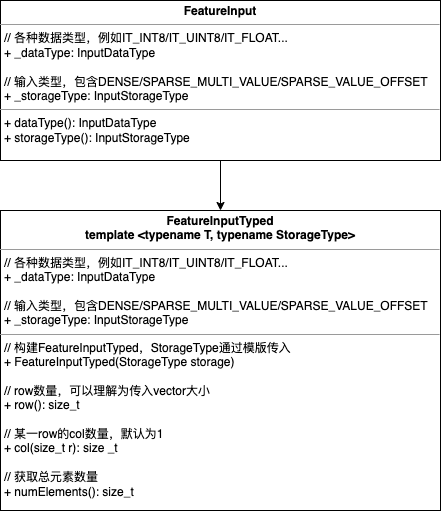
Above: 输入封装.drawio.png in Dwyane-Xu/drao.io (draw.io), before the change. Source tidied: cells renumbered, new cells last; positions are measured from the earlier drawing's top-left corner, leaving out a move shared by most shapes. Source of this version:
```xml
<mxGraphModel>
  <root>
    <mxCell id="0" />
    <mxCell id="1" parent="0" />
    <mxCell id="2" style="edgeStyle=orthogonalEdgeStyle;rounded=0;jettySize=auto;html=1;entryX=0.5;entryY=0;entryDx=0;entryDy=0;" parent="1" edge="1" source="3" target="4">
      <mxGeometry relative="1" as="geometry" />
    </mxCell>
    <mxCell id="3" value="&lt;p style=&quot;margin:0px;margin-top:4px;text-align:center;&quot;&gt;&lt;b&gt;FeatureInput&lt;/b&gt;&lt;/p&gt;&lt;hr size=&quot;1&quot;&gt;&lt;p style=&quot;margin:0px;margin-left:4px;&quot;&gt;&lt;span style=&quot;background-color: initial;&quot;&gt;// 各种数据类型，例如IT_INT8/IT_UINT8/IT_FLOAT...&lt;/span&gt;&lt;/p&gt;&lt;p style=&quot;margin:0px;margin-left:4px;&quot;&gt;&lt;span style=&quot;background-color: initial;&quot;&gt;+ _dataType: InputDataType&lt;/span&gt;&lt;br&gt;&lt;/p&gt;&lt;p style=&quot;margin:0px;margin-left:4px;&quot;&gt;&lt;span style=&quot;background-color: initial;&quot;&gt;&lt;br&gt;&lt;/span&gt;&lt;/p&gt;&lt;p style=&quot;margin:0px;margin-left:4px;&quot;&gt;&lt;span style=&quot;background-color: initial;&quot;&gt;// 输入类型，包含DENSE/SPARSE_MULTI_VALUE/SPARSE_VALUE_OFFSET&lt;/span&gt;&lt;/p&gt;&lt;p style=&quot;margin:0px;margin-left:4px;&quot;&gt;+ _storageType: InputStorageType&lt;/p&gt;&lt;hr size=&quot;1&quot;&gt;&lt;p style=&quot;margin:0px;margin-left:4px;&quot;&gt;+ dataType(): InputDataType&lt;/p&gt;&lt;p style=&quot;margin:0px;margin-left:4px;&quot;&gt;+ storageType(): InputStorageType&lt;/p&gt;" style="verticalAlign=top;align=left;overflow=fill;fontSize=12;fontFamily=Helvetica;html=1;" parent="1" vertex="1">
      <mxGeometry width="440" height="160" as="geometry" />
    </mxCell>
    <mxCell id="4" value="&lt;p style=&quot;margin:0px;margin-top:4px;text-align:center;&quot;&gt;&lt;b&gt;FeatureInputTyped&lt;/b&gt;&lt;/p&gt;&lt;div style=&quot;text-align: center;&quot;&gt;&lt;span style=&quot;background-color: initial;&quot;&gt;&lt;b&gt;template &amp;lt;typename T, typename StorageType&amp;gt;&lt;/b&gt;&lt;/span&gt;&lt;/div&gt;&lt;hr size=&quot;1&quot;&gt;&lt;p style=&quot;margin:0px;margin-left:4px;&quot;&gt;&lt;span style=&quot;background-color: initial;&quot;&gt;// 各种数据类型，例如IT_INT8/IT_UINT8/IT_FLOAT...&lt;/span&gt;&lt;/p&gt;&lt;p style=&quot;margin:0px;margin-left:4px;&quot;&gt;&lt;span style=&quot;background-color: initial;&quot;&gt;+ _dataType: InputDataType&lt;/span&gt;&lt;br&gt;&lt;/p&gt;&lt;p style=&quot;margin:0px;margin-left:4px;&quot;&gt;&lt;span style=&quot;background-color: initial;&quot;&gt;&lt;br&gt;&lt;/span&gt;&lt;/p&gt;&lt;p style=&quot;margin:0px;margin-left:4px;&quot;&gt;&lt;span style=&quot;background-color: initial;&quot;&gt;// 输入类型，包含DENSE/SPARSE_MULTI_VALUE/SPARSE_VALUE_OFFSET&lt;/span&gt;&lt;/p&gt;&lt;p style=&quot;margin:0px;margin-left:4px;&quot;&gt;+ _storageType: InputStorageType&lt;/p&gt;&lt;hr size=&quot;1&quot;&gt;&lt;p style=&quot;margin:0px;margin-left:4px;&quot;&gt;// 构建FeatureInputTyped，StorageType通过模版传入&lt;/p&gt;&lt;p style=&quot;margin:0px;margin-left:4px;&quot;&gt;+ FeatureInputTyped(StorageType storage)&lt;/p&gt;&lt;p style=&quot;margin:0px;margin-left:4px;&quot;&gt;&lt;br&gt;&lt;/p&gt;&lt;p style=&quot;margin:0px;margin-left:4px;&quot;&gt;// row数量，可以理解为传入vector大小&lt;/p&gt;&lt;p style=&quot;margin:0px;margin-left:4px;&quot;&gt;+ row(): size_t&lt;/p&gt;&lt;p style=&quot;margin:0px;margin-left:4px;&quot;&gt;&lt;br&gt;&lt;/p&gt;&lt;p style=&quot;margin:0px;margin-left:4px;&quot;&gt;// 某一row的col数量，默认为1&lt;/p&gt;&lt;p style=&quot;margin:0px;margin-left:4px;&quot;&gt;+ col(size_t r): size _t&lt;/p&gt;&lt;p style=&quot;margin:0px;margin-left:4px;&quot;&gt;&lt;br&gt;&lt;/p&gt;&lt;p style=&quot;margin:0px;margin-left:4px;&quot;&gt;// 获取总元素数量&lt;/p&gt;&lt;p style=&quot;margin:0px;margin-left:4px;&quot;&gt;+ numElements(): size_t&lt;/p&gt;" style="verticalAlign=top;align=left;overflow=fill;fontSize=12;fontFamily=Helvetica;html=1;" parent="1" vertex="1">
      <mxGeometry y="210" width="440" height="300" as="geometry" />
    </mxCell>
  </root>
</mxGraphModel>
```
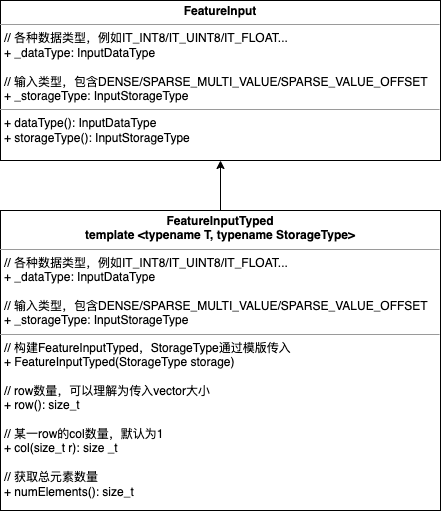
Later version of the same file.

Commit message:
更新输入封装.drawio.png

Diff of the diagram source:
```diff
@@ -2,12 +2,12 @@
   <root>
     <mxCell id="0" />
     <mxCell id="1" parent="0" />
-    <mxCell id="2" style="edgeStyle=orthogonalEdgeStyle;rounded=0;jettySize=auto;html=1;entryX=0.5;entryY=0;entryDx=0;entryDy=0;" parent="1" edge="1" source="3" target="4">
-      <mxGeometry relative="1" as="geometry" />
-    </mxCell>
     <mxCell id="3" value="&lt;p style=&quot;margin:0px;margin-top:4px;text-align:center;&quot;&gt;&lt;b&gt;FeatureInput&lt;/b&gt;&lt;/p&gt;&lt;hr size=&quot;1&quot;&gt;&lt;p style=&quot;margin:0px;margin-left:4px;&quot;&gt;&lt;span style=&quot;background-color: initial;&quot;&gt;// 各种数据类型，例如IT_INT8/IT_UINT8/IT_FLOAT...&lt;/span&gt;&lt;/p&gt;&lt;p style=&quot;margin:0px;margin-left:4px;&quot;&gt;&lt;span style=&quot;background-color: initial;&quot;&gt;+ _dataType: InputDataType&lt;/span&gt;&lt;br&gt;&lt;/p&gt;&lt;p style=&quot;margin:0px;margin-left:4px;&quot;&gt;&lt;span style=&quot;background-color: initial;&quot;&gt;&lt;br&gt;&lt;/span&gt;&lt;/p&gt;&lt;p style=&quot;margin:0px;margin-left:4px;&quot;&gt;&lt;span style=&quot;background-color: initial;&quot;&gt;// 输入类型，包含DENSE/SPARSE_MULTI_VALUE/SPARSE_VALUE_OFFSET&lt;/span&gt;&lt;/p&gt;&lt;p style=&quot;margin:0px;margin-left:4px;&quot;&gt;+ _storageType: InputStorageType&lt;/p&gt;&lt;hr size=&quot;1&quot;&gt;&lt;p style=&quot;margin:0px;margin-left:4px;&quot;&gt;+ dataType(): InputDataType&lt;/p&gt;&lt;p style=&quot;margin:0px;margin-left:4px;&quot;&gt;+ storageType(): InputStorageType&lt;/p&gt;" style="verticalAlign=top;align=left;overflow=fill;fontSize=12;fontFamily=Helvetica;html=1;" parent="1" vertex="1">
       <mxGeometry width="440" height="160" as="geometry" />
     </mxCell>
+    <mxCell id="5" style="edgeStyle=orthogonalEdgeStyle;rounded=0;jettySize=auto;html=1;entryX=0.5;entryY=1;entryDx=0;entryDy=0;" parent="1" edge="1" source="4" target="3">
+      <mxGeometry relative="1" as="geometry" />
+    </mxCell>
     <mxCell id="4" value="&lt;p style=&quot;margin:0px;margin-top:4px;text-align:center;&quot;&gt;&lt;b&gt;FeatureInputTyped&lt;/b&gt;&lt;/p&gt;&lt;div style=&quot;text-align: center;&quot;&gt;&lt;span style=&quot;background-color: initial;&quot;&gt;&lt;b&gt;template &amp;lt;typename T, typename StorageType&amp;gt;&lt;/b&gt;&lt;/span&gt;&lt;/div&gt;&lt;hr size=&quot;1&quot;&gt;&lt;p style=&quot;margin:0px;margin-left:4px;&quot;&gt;&lt;span style=&quot;background-color: initial;&quot;&gt;// 各种数据类型，例如IT_INT8/IT_UINT8/IT_FLOAT...&lt;/span&gt;&lt;/p&gt;&lt;p style=&quot;margin:0px;margin-left:4px;&quot;&gt;&lt;span style=&quot;background-color: initial;&quot;&gt;+ _dataType: InputDataType&lt;/span&gt;&lt;br&gt;&lt;/p&gt;&lt;p style=&quot;margin:0px;margin-left:4px;&quot;&gt;&lt;span style=&quot;background-color: initial;&quot;&gt;&lt;br&gt;&lt;/span&gt;&lt;/p&gt;&lt;p style=&quot;margin:0px;margin-left:4px;&quot;&gt;&lt;span style=&quot;background-color: initial;&quot;&gt;// 输入类型，包含DENSE/SPARSE_MULTI_VALUE/SPARSE_VALUE_OFFSET&lt;/span&gt;&lt;/p&gt;&lt;p style=&quot;margin:0px;margin-left:4px;&quot;&gt;+ _storageType: InputStorageType&lt;/p&gt;&lt;hr size=&quot;1&quot;&gt;&lt;p style=&quot;margin:0px;margin-left:4px;&quot;&gt;// 构建FeatureInputTyped，StorageType通过模版传入&lt;/p&gt;&lt;p style=&quot;margin:0px;margin-left:4px;&quot;&gt;+ FeatureInputTyped(StorageType storage)&lt;/p&gt;&lt;p style=&quot;margin:0px;margin-left:4px;&quot;&gt;&lt;br&gt;&lt;/p&gt;&lt;p style=&quot;margin:0px;margin-left:4px;&quot;&gt;// row数量，可以理解为传入vector大小&lt;/p&gt;&lt;p style=&quot;margin:0px;margin-left:4px;&quot;&gt;+ row(): size_t&lt;/p&gt;&lt;p style=&quot;margin:0px;margin-left:4px;&quot;&gt;&lt;br&gt;&lt;/p&gt;&lt;p style=&quot;margin:0px;margin-left:4px;&quot;&gt;// 某一row的col数量，默认为1&lt;/p&gt;&lt;p style=&quot;margin:0px;margin-left:4px;&quot;&gt;+ col(size_t r): size _t&lt;/p&gt;&lt;p style=&quot;margin:0px;margin-left:4px;&quot;&gt;&lt;br&gt;&lt;/p&gt;&lt;p style=&quot;margin:0px;margin-left:4px;&quot;&gt;// 获取总元素数量&lt;/p&gt;&lt;p style=&quot;margin:0px;margin-left:4px;&quot;&gt;+ numElements(): size_t&lt;/p&gt;" style="verticalAlign=top;align=left;overflow=fill;fontSize=12;fontFamily=Helvetica;html=1;" parent="1" vertex="1">
       <mxGeometry y="210" width="440" height="300" as="geometry" />
     </mxCell>
```
